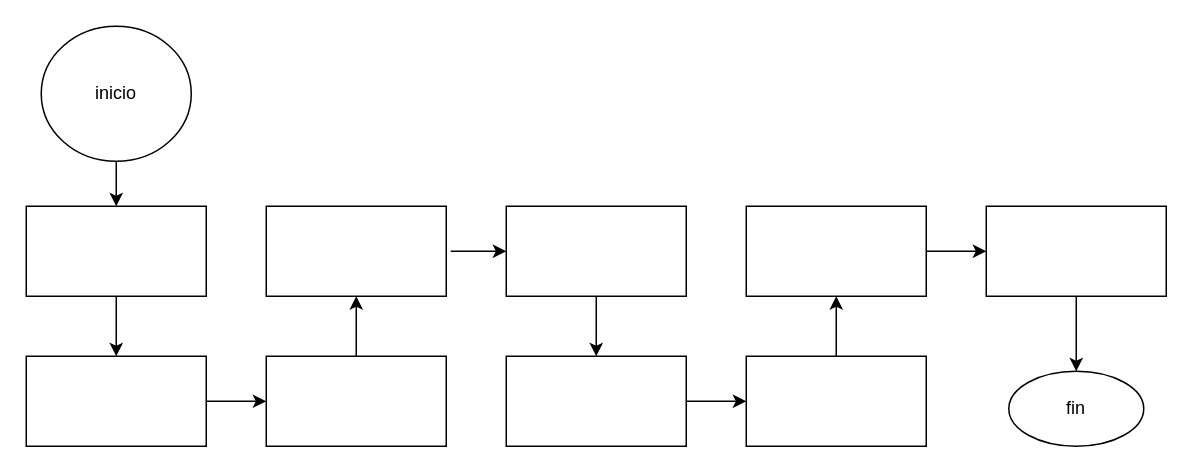
Earlier version of the draw.io diagram images/diagramadeflujo.drawio (abraham22rodriguez/AnalisisAvanzadoDeSoftware_AbrahamRodriguez). Source tidied: cells renumbered, new cells numbered last; positions are measured from the earlier drawing's top-left corner, leaving out a move shared by most shapes. Both pictures are drawn from the tidied source at 150%, with x=0, y=0 at pixel (26, 26).
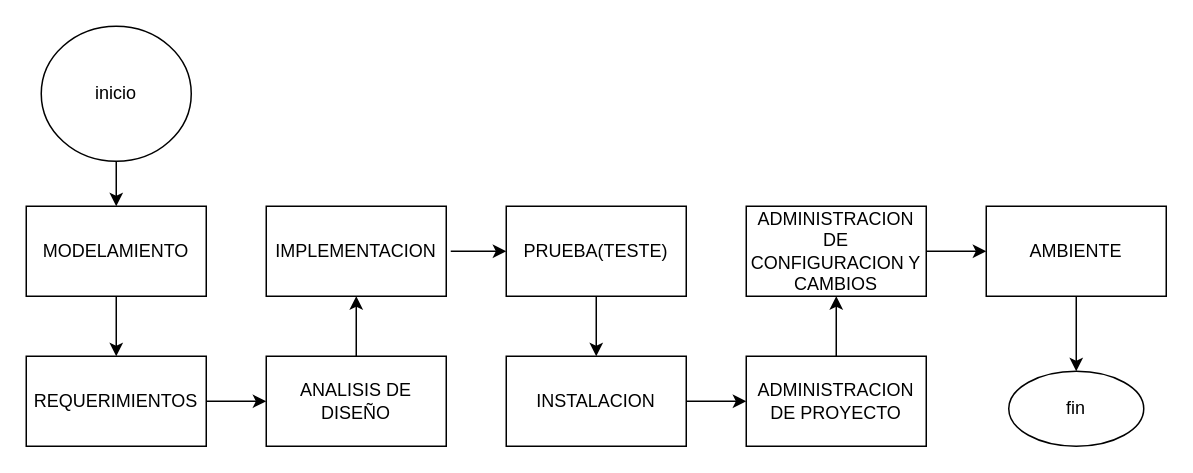
The same diagram, later.

The edit, as a diff of the source:
```diff
@@
-    <mxCell id="2" style="rounded=0;whiteSpace=wrap;html=1;" parent="1" vertex="1">
+    <mxCell id="2" value="MODELAMIENTO" style="rounded=0;whiteSpace=wrap;html=1;" parent="1" vertex="1">
       <mxGeometry y="120" width="120" height="60" as="geometry" />
     </mxCell>
-    <mxCell id="3" style="rounded=0;whiteSpace=wrap;html=1;" parent="1" vertex="1">
+    <mxCell id="3" value="REQUERIMIENTOS" style="rounded=0;whiteSpace=wrap;html=1;" parent="1" vertex="1">
       <mxGeometry y="220" width="120" height="60" as="geometry" />
     </mxCell>
-    <mxCell id="4" style="rounded=0;whiteSpace=wrap;html=1;" parent="1" vertex="1">
+    <mxCell id="4" value="IMPLEMENTACION" style="rounded=0;whiteSpace=wrap;html=1;" parent="1" vertex="1">
       <mxGeometry x="160" y="120" width="120" height="60" as="geometry" />
     </mxCell>
-    <mxCell id="5" style="rounded=0;whiteSpace=wrap;html=1;" parent="1" vertex="1">
+    <mxCell id="5" value="ANALISIS DE DISEÑO" style="rounded=0;whiteSpace=wrap;html=1;" parent="1" vertex="1">
       <mxGeometry x="160" y="220" width="120" height="60" as="geometry" />
     </mxCell>
-    <mxCell id="6" style="rounded=0;whiteSpace=wrap;html=1;" parent="1" vertex="1">
+    <mxCell id="6" value="PRUEBA(TESTE)" style="rounded=0;whiteSpace=wrap;html=1;" parent="1" vertex="1">
       <mxGeometry x="320" y="120" width="120" height="60" as="geometry" />
     </mxCell>
-    <mxCell id="7" style="rounded=0;whiteSpace=wrap;html=1;" parent="1" vertex="1">
+    <mxCell id="7" value="INSTALACION" style="rounded=0;whiteSpace=wrap;html=1;" parent="1" vertex="1">
       <mxGeometry x="320" y="220" width="120" height="60" as="geometry" />
     </mxCell>
-    <mxCell id="8" style="rounded=0;whiteSpace=wrap;html=1;" parent="1" vertex="1">
+    <mxCell id="8" value="ADMINISTRACION DE CONFIGURACION Y CAMBIOS" style="rounded=0;whiteSpace=wrap;html=1;" parent="1" vertex="1">
       <mxGeometry x="480" y="120" width="120" height="60" as="geometry" />
     </mxCell>
-    <mxCell id="9" style="rounded=0;whiteSpace=wrap;html=1;" parent="1" vertex="1">
+    <mxCell id="9" value="ADMINISTRACION DE PROYECTO" style="rounded=0;whiteSpace=wrap;html=1;" parent="1" vertex="1">
       <mxGeometry x="480" y="220" width="120" height="60" as="geometry" />
     </mxCell>
-    <mxCell id="10" style="rounded=0;whiteSpace=wrap;html=1;" parent="1" vertex="1">
+    <mxCell id="10" value="AMBIENTE" style="rounded=0;whiteSpace=wrap;html=1;" parent="1" vertex="1">
       <mxGeometry x="640" y="120" width="120" height="60" as="geometry" />
     </mxCell>
```
